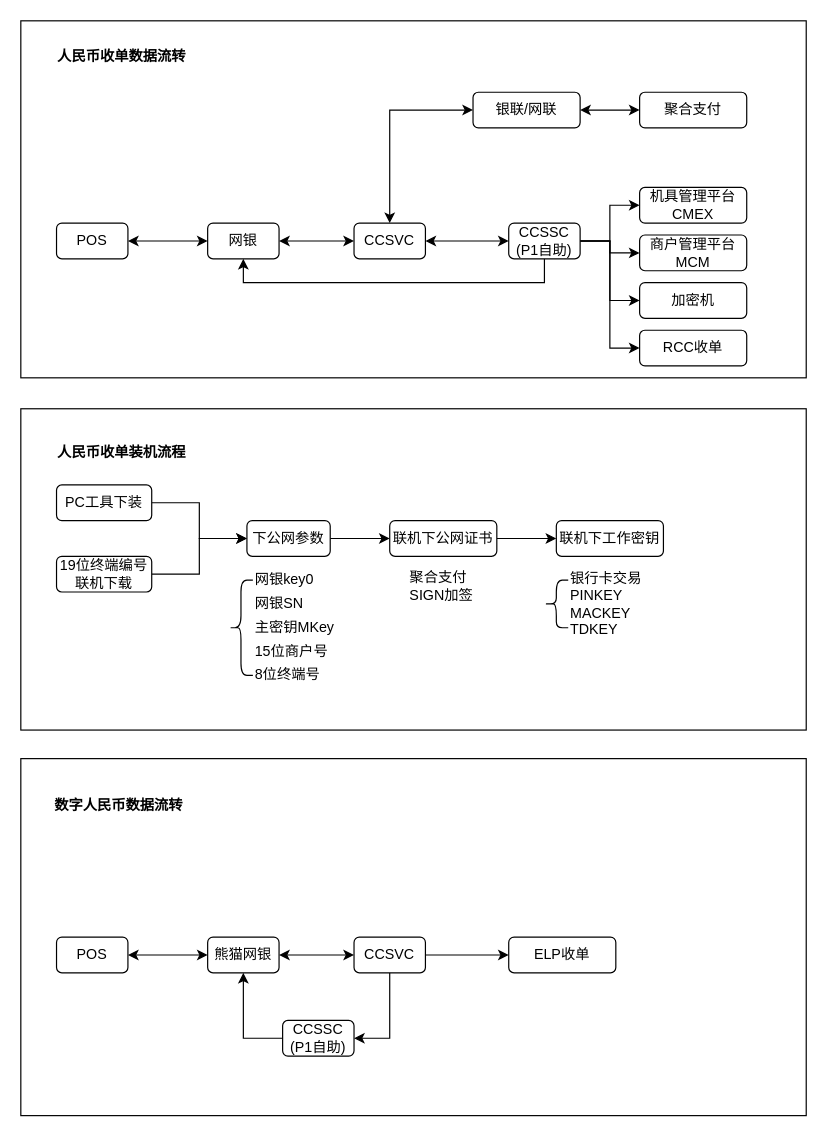
Earlier version of the draw.io diagram KeyStruct-FT.drawio (xin78693304/mycharts). Source tidied: cells renumbered, new cells numbered last; positions are measured from the earlier drawing's top-left corner, leaving out a move shared by most shapes. Both pictures are drawn from the tidied source at 119%, with x=0, y=0 at pixel (20, 20).
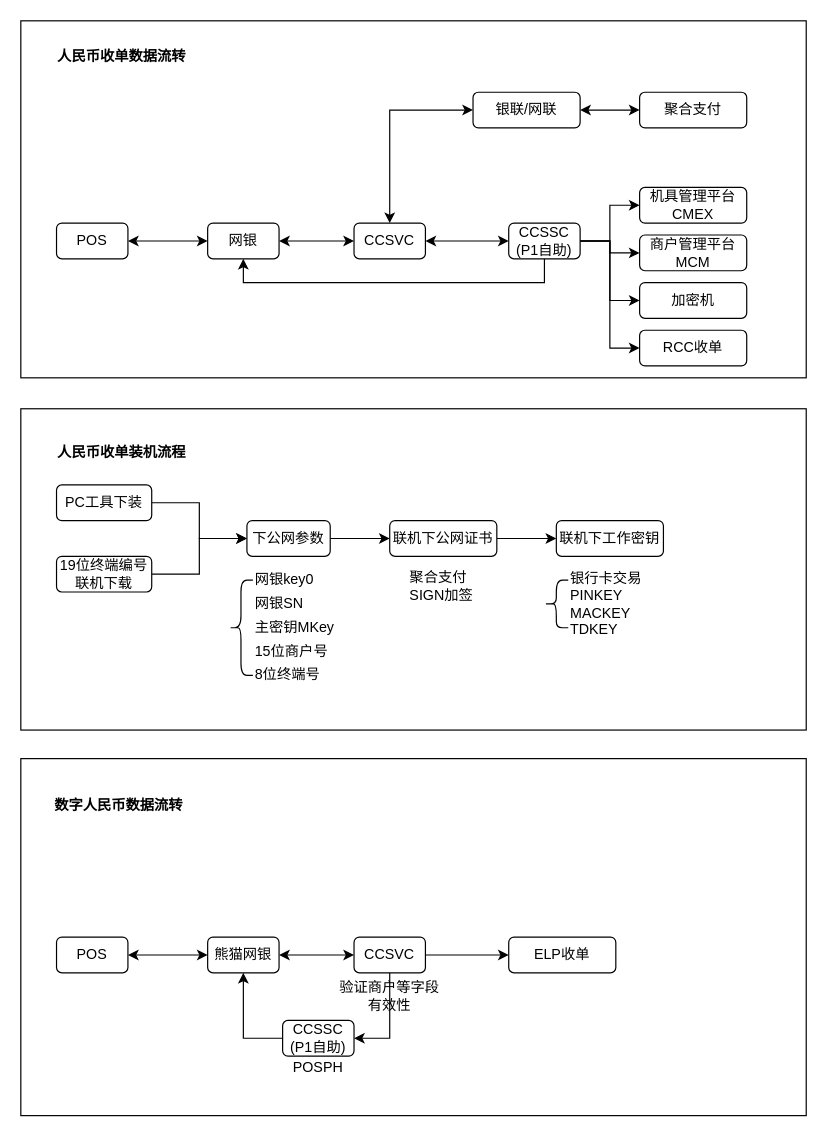
The same diagram, later.

Diff of the diagram source:
```diff
@@
+    <mxCell id="56" value="验证商户等字段有效性" style="text;html=1;strokeColor=none;fillColor=none;align=center;verticalAlign=middle;whiteSpace=wrap;rounded=0;" parent="1" vertex="1">
+      <mxGeometry x="265" y="810" width="90" height="20" as="geometry" />
+    </mxCell>
+    <mxCell id="57" value="POSPH" style="text;html=1;strokeColor=none;fillColor=none;align=center;verticalAlign=middle;whiteSpace=wrap;rounded=0;" parent="1" vertex="1">
+      <mxGeometry x="230" y="870" width="40" height="20" as="geometry" />
+    </mxCell>
```
